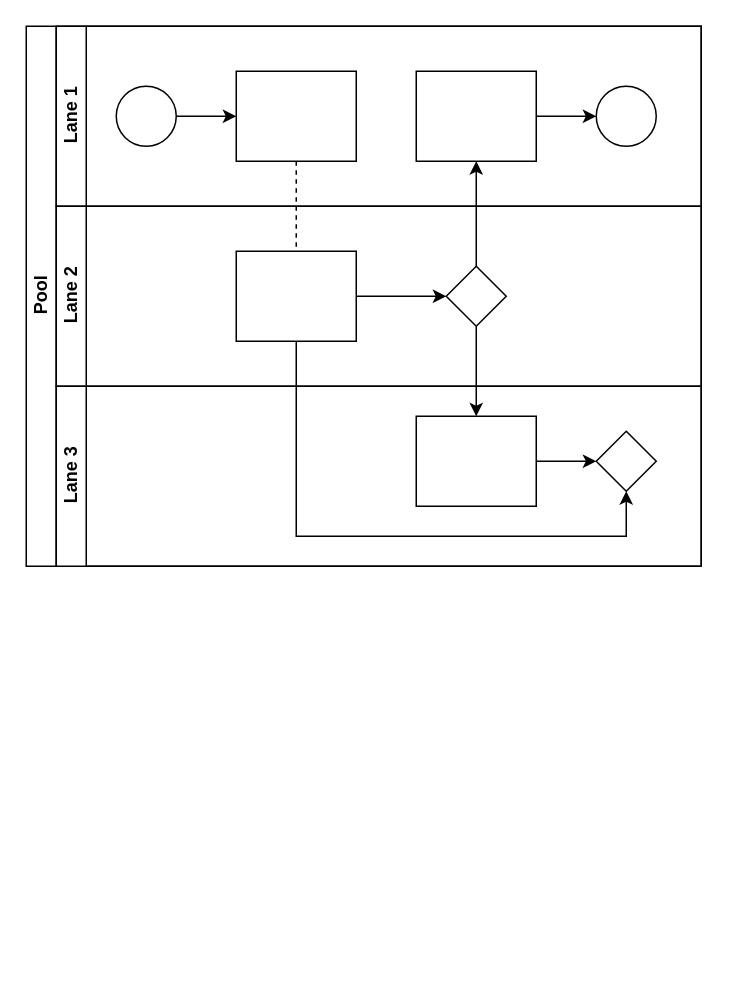
This is assets/Untitled Diagram.drawio from lnsy-dev/test-map-00000, a draw.io file, before an edit. Source tidied: cells renumbered, new cells numbered last; positions are measured from the earlier drawing's top-left corner, leaving out a move shared by most shapes. Both pictures are drawn from the tidied source at 150%, with x=0, y=0 at pixel (26, 26).
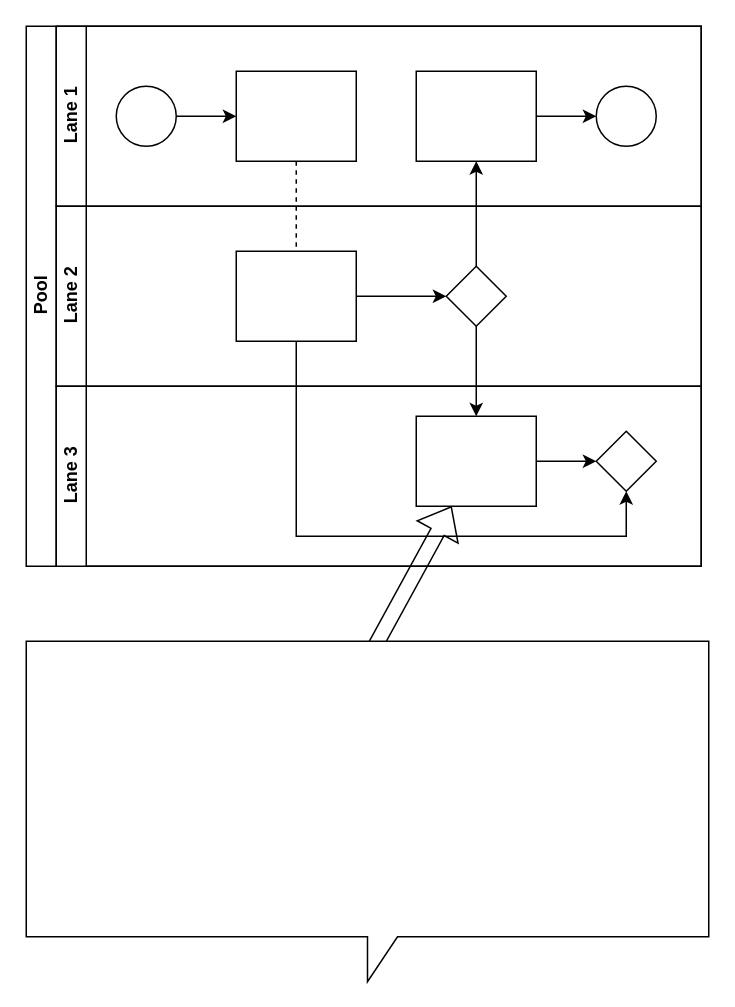
The same diagram, later.

Unchanged cells that the change refers to:
```xml
<mxCell id="20" style="rounded=0;whiteSpace=wrap;html=1;fontFamily=Helvetica;fontSize=12;fontColor=#000000;align=center;" parent="18" vertex="1">
  <mxGeometry x="240" y="20" width="80" height="60" as="geometry" />
</mxCell>
```

Change to the diagram source:
```diff
@@
+    <mxCell id="22" style="shape=flexArrow;endArrow=classic;startArrow=classic;html=1;rounded=0;" parent="1" edge="1" source="20">
+      <mxGeometry relative="1" as="geometry">
+        <mxPoint x="136" y="590" as="targetPoint" />
+      </mxGeometry>
+    </mxCell>
+    <mxCell id="23" style="shape=callout;whiteSpace=wrap;html=1;perimeter=calloutPerimeter;" parent="1" vertex="1">
+      <mxGeometry y="410" width="455" height="227" as="geometry" />
+    </mxCell>
```
